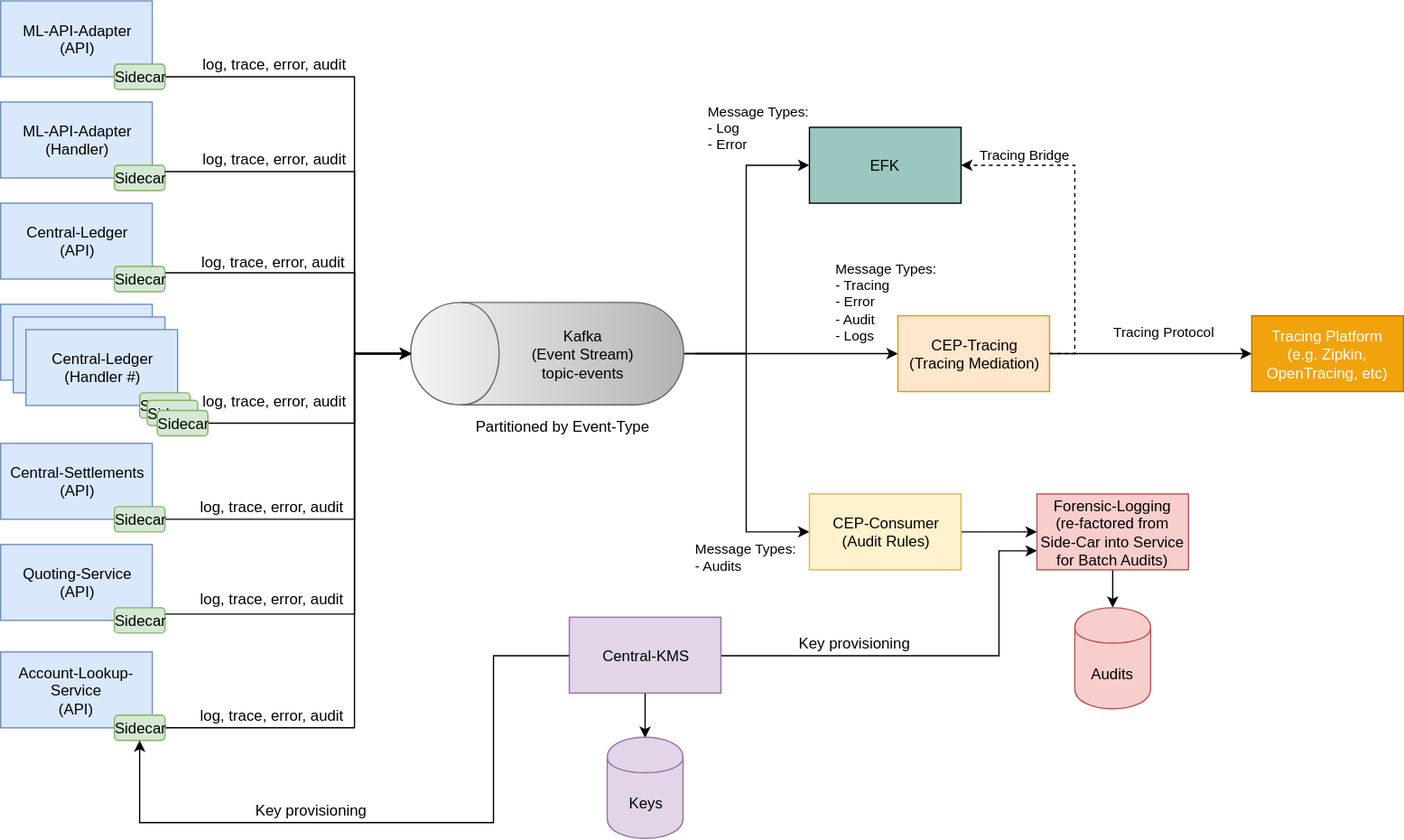
Above: mojaloop-technical-overview/event-framework/assets/diagrams/architecture/architecture-event-framework.svg in mojaloop/documentation (draw.io), before the change. Source tidied: cells renumbered, new cells last; positions are measured from the earlier drawing's top-left corner, leaving out a move shared by most shapes.
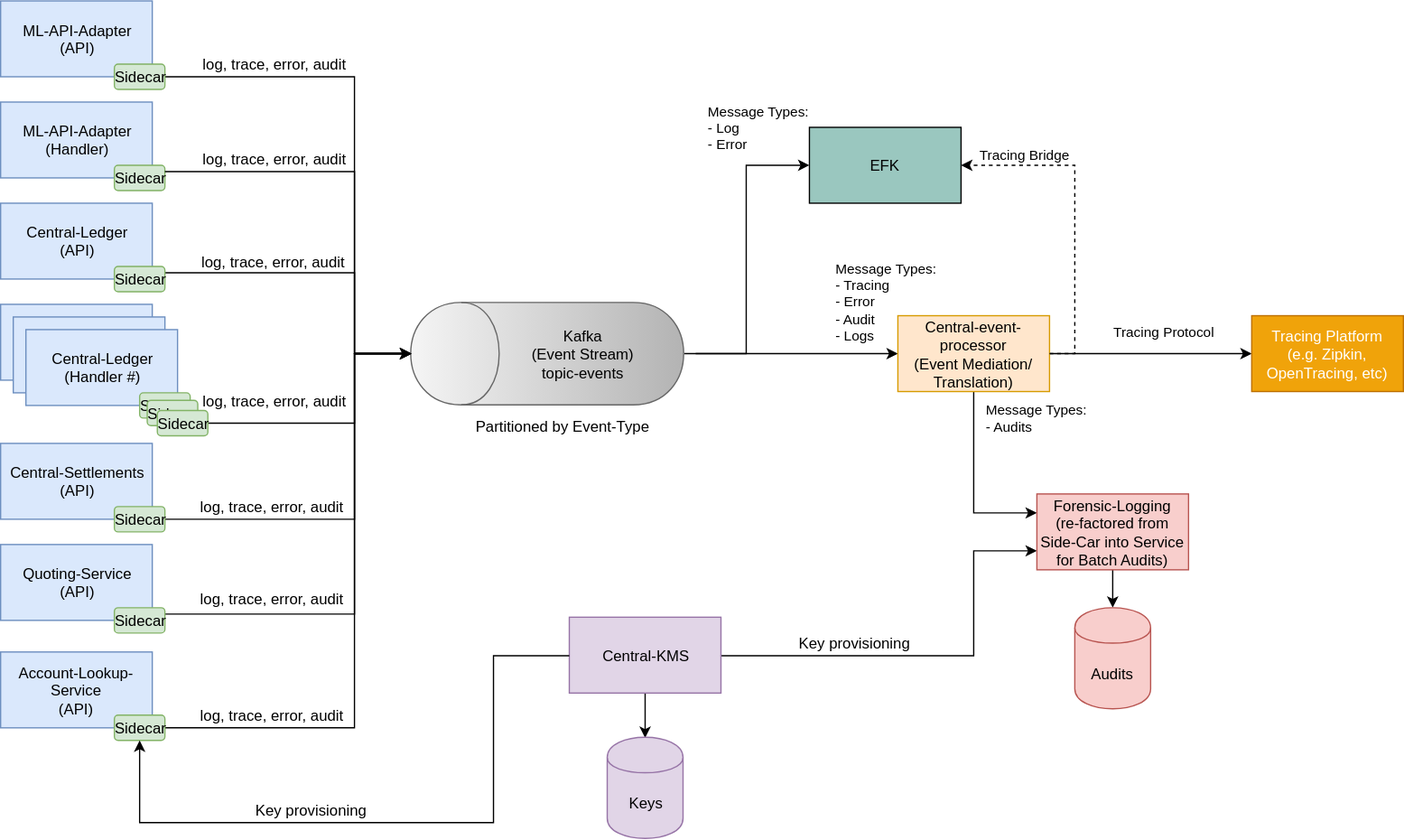
The same diagram one commit later.

Commit message:
updated arch for events

What changed in the source:
```diff
@@ -37,8 +37,12 @@
     <mxCell id="11" value="Account-Lookup-Service&lt;br&gt;(API)&lt;br&gt;" style="rounded=0;whiteSpace=wrap;html=1;fillColor=#dae8fc;strokeColor=#6c8ebf;" parent="1" vertex="1">
       <mxGeometry y="515" width="120" height="60" as="geometry" />
     </mxCell>
-    <mxCell id="12" value="&lt;div style=&quot;text-align: left&quot;&gt;Message Types:&lt;/div&gt;&lt;div style=&quot;text-align: left&quot;&gt;- Audits&lt;/div&gt;" style="edgeStyle=orthogonalEdgeStyle;rounded=0;jettySize=auto;html=1;exitX=0.5;exitY=1;exitDx=0;exitDy=0;entryX=0;entryY=0.5;entryDx=0;entryDy=0;" parent="1" edge="1" source="16" target="37">
-      <mxGeometry x="0.58" y="-20" relative="1" as="geometry" />
+    <mxCell id="12" value="&lt;div style=&quot;text-align: left&quot;&gt;Message Types:&lt;/div&gt;&lt;div style=&quot;text-align: left&quot;&gt;- Audits&lt;/div&gt;" style="edgeStyle=orthogonalEdgeStyle;rounded=0;jettySize=auto;html=1;exitX=0.5;exitY=1;exitDx=0;exitDy=0;entryX=0;entryY=0.25;entryDx=0;entryDy=0;" parent="1" edge="1" source="49" target="42">
+      <mxGeometry x="1" y="75" relative="1" as="geometry">
+        <Array as="points">
+          <mxPoint x="770" y="405" />
+        </Array>
+      </mxGeometry>
     </mxCell>
     <mxCell id="13" value="&lt;div style=&quot;text-align: left&quot;&gt;Message Types:&lt;/div&gt;&lt;div style=&quot;text-align: left&quot;&gt;- Log&lt;/div&gt;&lt;div style=&quot;text-align: left&quot;&gt;- Error&lt;/div&gt;" style="edgeStyle=orthogonalEdgeStyle;rounded=0;jettySize=auto;html=1;exitX=0.5;exitY=1;exitDx=0;exitDy=0;entryX=0;entryY=0.5;entryDx=0;entryDy=0;" parent="1" edge="1" source="16" target="39">
       <mxGeometry x="0.68" y="30" relative="1" as="geometry">
@@ -149,12 +153,6 @@
     <mxCell id="35" value="Sidecar" style="rounded=1;whiteSpace=wrap;html=1;fillColor=#d5e8d4;strokeColor=#82b366;" parent="1" vertex="1">
       <mxGeometry x="90" y="50" width="40" height="20" as="geometry" />
     </mxCell>
-    <mxCell id="36" style="edgeStyle=orthogonalEdgeStyle;rounded=0;jettySize=auto;html=1;exitX=1;exitY=0.5;exitDx=0;exitDy=0;entryX=0;entryY=0.5;entryDx=0;entryDy=0;" parent="1" edge="1" source="37" target="42">
-      <mxGeometry relative="1" as="geometry" />
-    </mxCell>
-    <mxCell id="37" value="CEP-Consumer&lt;br&gt;(Audit Rules)&lt;br&gt;" style="rounded=0;whiteSpace=wrap;html=1;fillColor=#fff2cc;strokeColor=#d6b656;" parent="1" vertex="1">
-      <mxGeometry x="640" y="390" width="120" height="60" as="geometry" />
-    </mxCell>
     <mxCell id="38" style="edgeStyle=orthogonalEdgeStyle;rounded=0;jettySize=auto;html=1;entryX=0;entryY=0.5;entryDx=0;entryDy=0;" parent="1" edge="1" target="49">
       <mxGeometry relative="1" as="geometry">
         <mxPoint x="550" y="279" as="sourcePoint" />
@@ -169,8 +167,8 @@
     <mxCell id="41" style="edgeStyle=orthogonalEdgeStyle;rounded=0;jettySize=auto;html=1;exitX=1;exitY=0.5;exitDx=0;exitDy=0;entryX=0;entryY=0.75;entryDx=0;entryDy=0;" parent="1" edge="1" source="44" target="42">
       <mxGeometry relative="1" as="geometry">
         <Array as="points">
-          <mxPoint x="790" y="518" />
-          <mxPoint x="790" y="435" />
+          <mxPoint x="770" y="518" />
+          <mxPoint x="770" y="435" />
         </Array>
       </mxGeometry>
     </mxCell>
@@ -195,7 +193,7 @@
     <mxCell id="48" value="Tracing Platform &lt;br&gt;(e.g. Zipkin, OpenTracing, etc)&lt;br&gt;" style="rounded=0;whiteSpace=wrap;html=1;fillColor=#f0a30a;strokeColor=#BD7000;fontColor=#ffffff;" parent="1" vertex="1">
       <mxGeometry x="990" y="249" width="120" height="60" as="geometry" />
     </mxCell>
-    <mxCell id="49" value="CEP-Tracing&lt;br&gt;(Tracing Mediation)&lt;br&gt;" style="rounded=0;whiteSpace=wrap;html=1;fillColor=#ffe6cc;strokeColor=#d79b00;" parent="1" vertex="1">
+    <mxCell id="49" value="Central-event-processor&lt;br&gt;(Event Mediation/ Translation)&lt;br&gt;" style="rounded=0;whiteSpace=wrap;html=1;fillColor=#ffe6cc;strokeColor=#d79b00;" parent="1" vertex="1">
       <mxGeometry x="710" y="249" width="120" height="60" as="geometry" />
     </mxCell>
     <mxCell id="50" value="&lt;div style=&quot;text-align: left ; font-size: 11px&quot;&gt;&lt;font style=&quot;font-size: 11px&quot;&gt;Message Types:&lt;/font&gt;&lt;/div&gt;&lt;div style=&quot;text-align: left ; font-size: 11px&quot;&gt;&lt;font style=&quot;font-size: 11px&quot;&gt;- Tracing&lt;/font&gt;&lt;/div&gt;&lt;div style=&quot;text-align: left ; font-size: 11px&quot;&gt;&lt;font style=&quot;font-size: 11px&quot;&gt;- Error&lt;/font&gt;&lt;/div&gt;&lt;div style=&quot;text-align: left ; font-size: 11px&quot;&gt;- Audit&lt;/div&gt;&lt;div style=&quot;text-align: left ; font-size: 11px&quot;&gt;- Logs&lt;/div&gt;" style="text;html=1;align=center;verticalAlign=middle;labelBackgroundColor=none;" parent="1" vertex="1">
```
